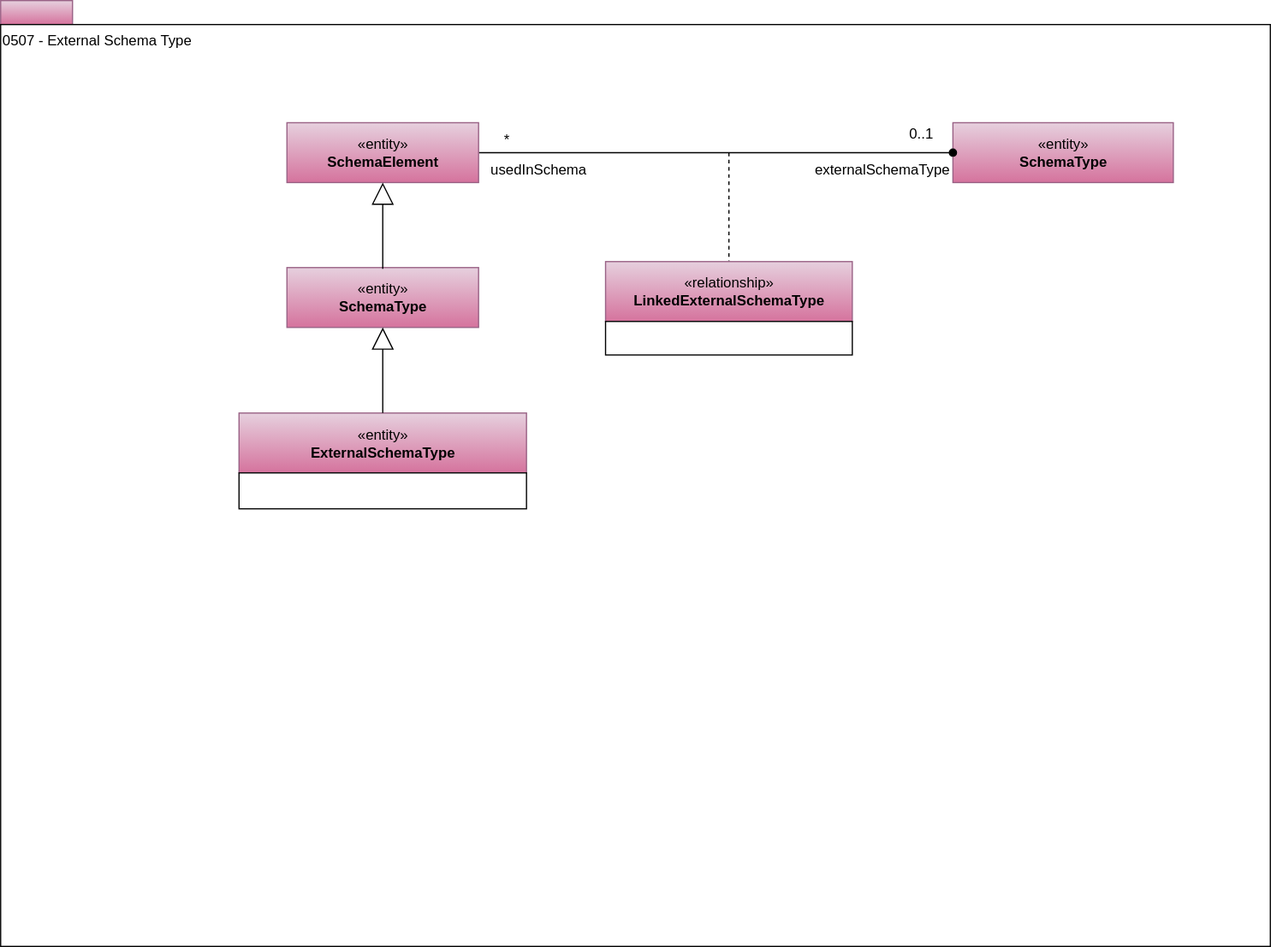
Above: site/docs/types/5/0507-External-Schema-Type.svg in odpi/egeria-docs (draw.io), before the change. Source tidied: cells renumbered, new cells last; positions are measured from the earlier drawing's top-left corner, leaving out a move shared by most shapes.
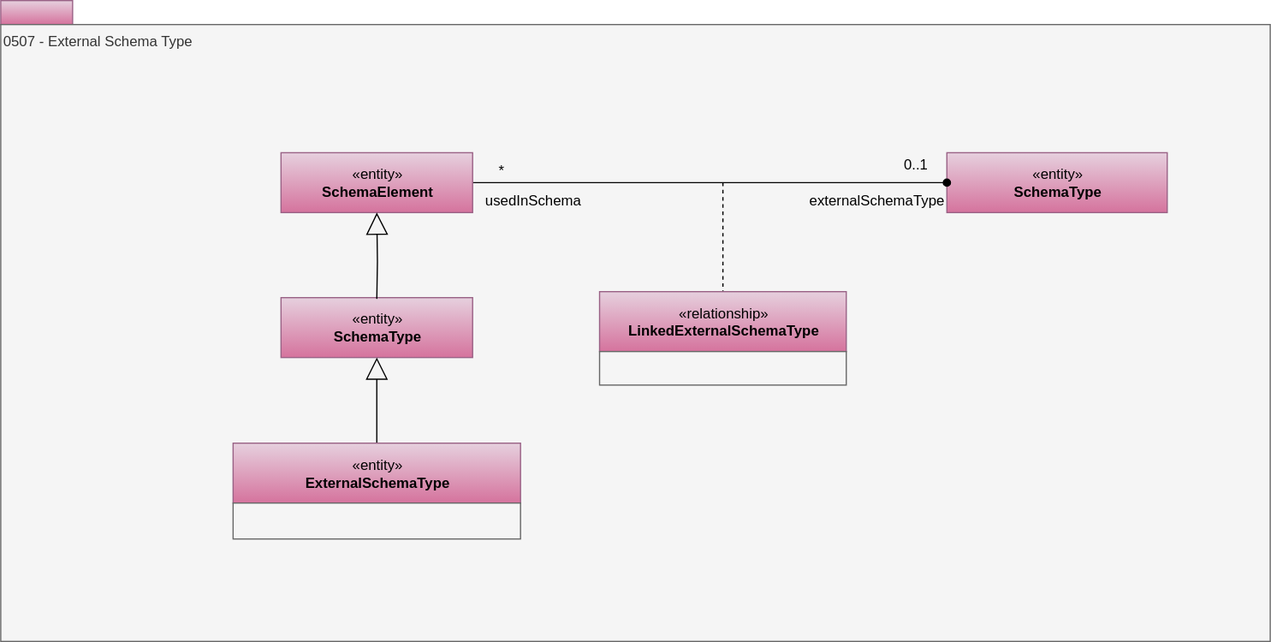
Later version of the same file.

What changed in the source:
```diff
@@ -3,10 +3,10 @@
     <mxCell id="0" />
     <mxCell id="1" parent="0" />
     <mxCell id="2" style="rounded=0;whiteSpace=wrap;html=1;align=left;fillColor=#e6d0de;strokeColor=#996185;gradientColor=#d5739d;" parent="1" vertex="1">
-      <mxGeometry width="60" height="20" as="geometry" />
+      <mxGeometry x="5" y="-25" width="60" height="20" as="geometry" />
     </mxCell>
-    <mxCell id="3" value="0507 - External Schema Type" style="rounded=0;whiteSpace=wrap;html=1;align=left;verticalAlign=top;" parent="1" vertex="1">
-      <mxGeometry y="20" width="1060" height="770" as="geometry" />
+    <mxCell id="3" value="0507 - External Schema Type" style="rounded=0;whiteSpace=wrap;html=1;align=left;verticalAlign=top;fillColor=#f5f5f5;fontColor=#333333;strokeColor=#666666;" parent="1" vertex="1">
+      <mxGeometry x="5" y="-5" width="1060" height="515" as="geometry" />
     </mxCell>
     <mxCell id="4" value="«entity»&lt;br&gt;&lt;b&gt;SchemaType&lt;/b&gt;" style="html=1;strokeColor=#996185;align=center;fillColor=#e6d0de;gradientColor=#d5739d;" parent="1" vertex="1">
       <mxGeometry x="239" y="223" width="160" height="50" as="geometry" />
@@ -14,10 +14,10 @@
     <mxCell id="5" value="«entity»&lt;br&gt;&lt;b&gt;SchemaType&lt;/b&gt;" style="html=1;strokeColor=#996185;align=center;fillColor=#e6d0de;gradientColor=#d5739d;" parent="1" vertex="1">
       <mxGeometry x="795" y="102" width="184" height="50" as="geometry" />
     </mxCell>
-    <mxCell id="6" style="endArrow=none;html=1;entryX=1;entryY=0.5;exitX=0;exitY=0.5;exitDx=0;exitDy=0;entryDx=0;entryDy=0;startArrow=oval;startFill=1;" parent="1" edge="1" source="5" target="19">
+    <mxCell id="6" style="endArrow=none;html=1;entryX=1;entryY=0.5;exitX=0;exitY=0.5;exitDx=0;exitDy=0;entryDx=0;entryDy=0;startArrow=oval;startFill=1;" parent="1" edge="1" source="5" target="13">
       <mxGeometry relative="1" as="geometry" />
     </mxCell>
-    <mxCell id="7" style="endArrow=none;dashed=1;html=1;entryX=0.5;entryY=0;entryDx=0;entryDy=0;" parent="1" edge="1" target="16">
+    <mxCell id="7" style="endArrow=none;dashed=1;html=1;entryX=0.5;entryY=0;entryDx=0;entryDy=0;" parent="1" edge="1" target="17">
       <mxGeometry relative="1" as="geometry">
         <mxPoint x="608" y="127" as="sourcePoint" />
       </mxGeometry>
@@ -34,34 +34,28 @@
     <mxCell id="11" value="usedInSchema" style="text;html=1;strokeColor=none;fillColor=none;align=center;verticalAlign=middle;whiteSpace=wrap;rounded=0;" parent="1" vertex="1">
       <mxGeometry x="399" y="132" width="101" height="20" as="geometry" />
     </mxCell>
-    <mxCell id="12" style="group;" parent="1" vertex="1">
-      <mxGeometry x="199" y="344.5" width="240" height="100" as="geometry" />
+    <mxCell id="12" style="edgeStyle=orthogonalEdgeStyle;rounded=0;jettySize=auto;html=1;exitX=0.5;exitY=0;exitDx=0;exitDy=0;entryX=0.5;entryY=1;entryDx=0;entryDy=0;startSize=6;endArrow=block;endFill=0;endSize=16;" parent="1" edge="1" source="15" target="4">
+      <mxGeometry relative="1" as="geometry" />
     </mxCell>
-    <mxCell id="13" value="«entity»&lt;br&gt;&lt;b&gt;ExternalSchemaType&lt;/b&gt;" style="html=1;strokeColor=#996185;align=center;fillColor=#e6d0de;gradientColor=#d5739d;" parent="12" vertex="1">
-      <mxGeometry width="240" height="50" as="geometry" />
+    <mxCell id="13" value="«entity»&lt;br&gt;&lt;b&gt;SchemaElement&lt;/b&gt;" style="html=1;strokeColor=#996185;align=center;fillColor=#e6d0de;gradientColor=#d5739d;" parent="1" vertex="1">
+      <mxGeometry x="239" y="102" width="160" height="50" as="geometry" />
     </mxCell>
-    <mxCell id="14" style="rounded=0;whiteSpace=wrap;html=1;strokeColor=#000000;gradientColor=#ffffff;align=left;" parent="12" vertex="1">
-      <mxGeometry y="50" width="240" height="30" as="geometry" />
+    <mxCell id="14" style="edgeStyle=orthogonalEdgeStyle;rounded=0;jettySize=auto;html=1;exitX=0.5;exitY=0;exitDx=0;exitDy=0;entryX=0.5;entryY=1;entryDx=0;entryDy=0;startSize=6;endArrow=block;endFill=0;endSize=16;" parent="1" edge="1" target="13">
+      <mxGeometry relative="1" as="geometry">
+        <mxPoint x="319" y="224" as="sourcePoint" />
+      </mxGeometry>
     </mxCell>
-    <mxCell id="15" style="group;" parent="1" vertex="1">
-      <mxGeometry x="505" y="218" width="206" height="99" as="geometry" />
+    <mxCell id="15" value="«entity»&lt;br&gt;&lt;b&gt;ExternalSchemaType&lt;/b&gt;" style="html=1;strokeColor=#996185;align=center;fillColor=#e6d0de;gradientColor=#d5739d;" parent="1" vertex="1">
+      <mxGeometry x="199" y="344.5" width="240" height="50" as="geometry" />
     </mxCell>
-    <mxCell id="16" value="«relationship»&lt;br&gt;&lt;b&gt;LinkedExternalSchemaType&lt;/b&gt;" style="html=1;strokeColor=#996185;align=center;fillColor=#e6d0de;gradientColor=#d5739d;" parent="15" vertex="1">
-      <mxGeometry width="206" height="50" as="geometry" />
+    <mxCell id="16" style="rounded=0;whiteSpace=wrap;html=1;strokeColor=#666666;align=left;fillColor=#f5f5f5;fontColor=#333333;" parent="1" vertex="1">
+      <mxGeometry x="199" y="394.5" width="240" height="30" as="geometry" />
     </mxCell>
-    <mxCell id="17" value="&lt;span style=&quot;white-space: normal&quot;&gt;&lt;br&gt;&lt;/span&gt;" style="rounded=0;whiteSpace=wrap;html=1;strokeColor=#000000;gradientColor=#ffffff;align=left;" parent="15" vertex="1">
-      <mxGeometry y="50" width="206" height="28" as="geometry" />
+    <mxCell id="17" value="«relationship»&lt;br&gt;&lt;b&gt;LinkedExternalSchemaType&lt;/b&gt;" style="html=1;strokeColor=#996185;align=center;fillColor=#e6d0de;gradientColor=#d5739d;" parent="1" vertex="1">
+      <mxGeometry x="505" y="218" width="206" height="50" as="geometry" />
     </mxCell>
-    <mxCell id="18" style="edgeStyle=orthogonalEdgeStyle;rounded=0;jettySize=auto;html=1;exitX=0.5;exitY=0;exitDx=0;exitDy=0;entryX=0.5;entryY=1;entryDx=0;entryDy=0;startSize=6;endArrow=block;endFill=0;endSize=16;" parent="1" edge="1" source="13" target="4">
-      <mxGeometry relative="1" as="geometry" />
+    <mxCell id="18" value="&lt;span style=&quot;white-space: normal&quot;&gt;&lt;br&gt;&lt;/span&gt;" style="rounded=0;whiteSpace=wrap;html=1;strokeColor=#666666;align=left;fillColor=#f5f5f5;fontColor=#333333;" parent="1" vertex="1">
+      <mxGeometry x="505" y="268" width="206" height="28" as="geometry" />
     </mxCell>
-    <mxCell id="19" value="«entity»&lt;br&gt;&lt;b&gt;SchemaElement&lt;/b&gt;" style="html=1;strokeColor=#996185;align=center;fillColor=#e6d0de;gradientColor=#d5739d;" parent="1" vertex="1">
-      <mxGeometry x="239" y="102" width="160" height="50" as="geometry" />
-    </mxCell>
-    <mxCell id="20" style="edgeStyle=orthogonalEdgeStyle;rounded=0;jettySize=auto;html=1;exitX=0.5;exitY=0;exitDx=0;exitDy=0;entryX=0.5;entryY=1;entryDx=0;entryDy=0;startSize=6;endArrow=block;endFill=0;endSize=16;" parent="1" edge="1" target="19">
-      <mxGeometry relative="1" as="geometry">
-        <mxPoint x="319" y="224" as="sourcePoint" />
-      </mxGeometry>
-    </mxCell>
   </root>
 </mxGraphModel>
```
